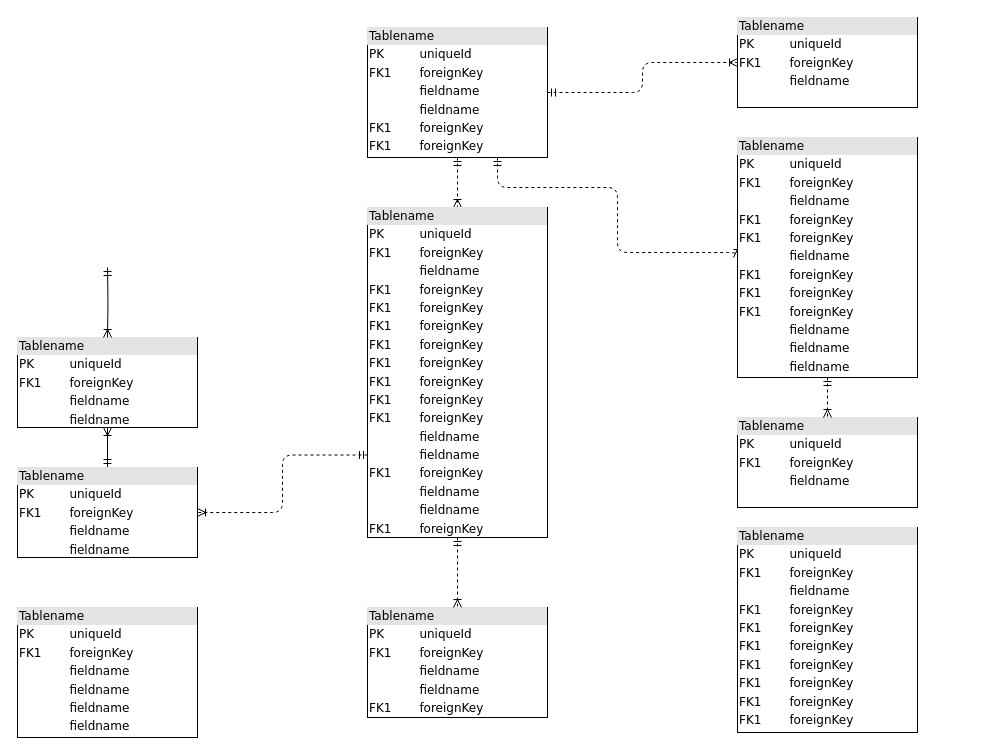
Above: DataBase-Diagram.drawio in sakuraszy/STATS-170A-Group (draw.io), before the change. Source tidied: cells renumbered, new cells numbered last; positions are measured from the earlier drawing's top-left corner, leaving out a move shared by most shapes. Both pictures are drawn from the tidied source at 100%, with x=0, y=0 at pixel (17, 17).
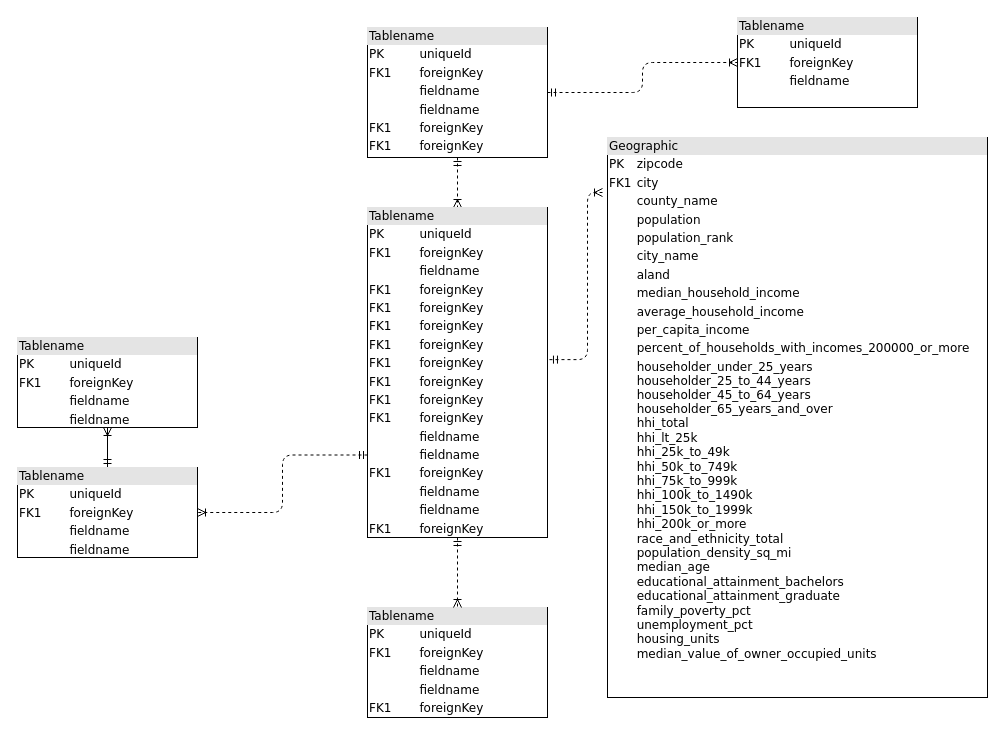
The same page after the edit.

Unchanged cells that the change refers to:
```xml
<mxCell id="5" value="&lt;div style=&quot;box-sizing: border-box ; width: 100% ; background: #e4e4e4 ; padding: 2px&quot;&gt;Tablename&lt;/div&gt;&lt;table style=&quot;width: 100% ; font-size: 1em&quot; cellpadding=&quot;2&quot; cellspacing=&quot;0&quot;&gt;&lt;tbody&gt;&lt;tr&gt;&lt;td&gt;PK&lt;/td&gt;&lt;td&gt;uniqueId&lt;/td&gt;&lt;/tr&gt;&lt;tr&gt;&lt;td&gt;FK1&lt;/td&gt;&lt;td&gt;foreignKey&lt;/td&gt;&lt;/tr&gt;&lt;tr&gt;&lt;td&gt;&lt;/td&gt;&lt;td&gt;fieldname&lt;/td&gt;&lt;/tr&gt;&lt;tr&gt;&lt;td&gt;&lt;br&gt;&lt;/td&gt;&lt;td&gt;fieldname&lt;br&gt;&lt;/td&gt;&lt;/tr&gt;&lt;tr&gt;&lt;td&gt;FK1&lt;br&gt;&lt;/td&gt;&lt;td&gt;foreignKey&lt;br&gt;&lt;/td&gt;&lt;/tr&gt;&lt;tr&gt;&lt;td&gt;FK1&lt;br&gt;&lt;/td&gt;&lt;td&gt;foreignKey&lt;br&gt;&lt;/td&gt;&lt;/tr&gt;&lt;/tbody&gt;&lt;/table&gt;" style="verticalAlign=top;align=left;overflow=fill;html=1;rounded=0;shadow=0;comic=0;labelBackgroundColor=none;strokeWidth=1;fontFamily=Verdana;fontSize=12;" parent="1" vertex="1">
  <mxGeometry x="350" y="10" width="180" height="130" as="geometry" />
</mxCell>
<mxCell id="9" value="&lt;div style=&quot;box-sizing: border-box ; width: 100% ; background: #e4e4e4 ; padding: 2px&quot;&gt;Tablename&lt;/div&gt;&lt;table style=&quot;width: 100% ; font-size: 1em&quot; cellpadding=&quot;2&quot; cellspacing=&quot;0&quot;&gt;&lt;tbody&gt;&lt;tr&gt;&lt;td&gt;PK&lt;/td&gt;&lt;td&gt;uniqueId&lt;/td&gt;&lt;/tr&gt;&lt;tr&gt;&lt;td&gt;FK1&lt;/td&gt;&lt;td&gt;foreignKey&lt;/td&gt;&lt;/tr&gt;&lt;tr&gt;&lt;td&gt;&lt;/td&gt;&lt;td&gt;fieldname&lt;/td&gt;&lt;/tr&gt;&lt;tr&gt;&lt;td&gt;&lt;br&gt;&lt;/td&gt;&lt;td&gt;fieldname&lt;br&gt;&lt;/td&gt;&lt;/tr&gt;&lt;/tbody&gt;&lt;/table&gt;" style="verticalAlign=top;align=left;overflow=fill;html=1;rounded=0;shadow=0;comic=0;labelBackgroundColor=none;strokeWidth=1;fontFamily=Verdana;fontSize=12;" parent="1" vertex="1">
  <mxGeometry y="320" width="180" height="90" as="geometry" />
</mxCell>
<mxCell id="14" value="&lt;div style=&quot;box-sizing: border-box ; width: 100% ; background: #e4e4e4 ; padding: 2px&quot;&gt;Tablename&lt;/div&gt;&lt;table style=&quot;width: 100% ; font-size: 1em&quot; cellpadding=&quot;2&quot; cellspacing=&quot;0&quot;&gt;&lt;tbody&gt;&lt;tr&gt;&lt;td&gt;PK&lt;/td&gt;&lt;td&gt;uniqueId&lt;/td&gt;&lt;/tr&gt;&lt;tr&gt;&lt;td&gt;FK1&lt;/td&gt;&lt;td&gt;foreignKey&lt;/td&gt;&lt;/tr&gt;&lt;tr&gt;&lt;td&gt;&lt;/td&gt;&lt;td&gt;fieldname&lt;/td&gt;&lt;/tr&gt;&lt;tr&gt;&lt;td&gt;FK1&lt;br&gt;&lt;/td&gt;&lt;td&gt;foreignKey&lt;br&gt;&lt;/td&gt;&lt;/tr&gt;&lt;tr&gt;&lt;td&gt;FK1&lt;br&gt;&lt;/td&gt;&lt;td&gt;foreignKey&lt;br&gt;&lt;/td&gt;&lt;/tr&gt;&lt;tr&gt;&lt;td&gt;FK1&lt;br&gt;&lt;/td&gt;&lt;td&gt;foreignKey&lt;br&gt;&lt;/td&gt;&lt;/tr&gt;&lt;tr&gt;&lt;td&gt;FK1&lt;br&gt;&lt;/td&gt;&lt;td&gt;foreignKey&lt;br&gt;&lt;/td&gt;&lt;/tr&gt;&lt;tr&gt;&lt;td&gt;FK1&lt;br&gt;&lt;/td&gt;&lt;td&gt;foreignKey&lt;br&gt;&lt;/td&gt;&lt;/tr&gt;&lt;tr&gt;&lt;td&gt;FK1&lt;br&gt;&lt;/td&gt;&lt;td&gt;foreignKey&lt;br&gt;&lt;/td&gt;&lt;/tr&gt;&lt;tr&gt;&lt;td&gt;FK1&lt;br&gt;&lt;/td&gt;&lt;td&gt;foreignKey&lt;br&gt;&lt;/td&gt;&lt;/tr&gt;&lt;tr&gt;&lt;td&gt;FK1&lt;br&gt;&lt;/td&gt;&lt;td&gt;foreignKey&lt;br&gt;&lt;/td&gt;&lt;/tr&gt;&lt;tr&gt;&lt;td&gt;&lt;br&gt;&lt;/td&gt;&lt;td&gt;fieldname&lt;br&gt;&lt;/td&gt;&lt;/tr&gt;&lt;tr&gt;&lt;td&gt;&lt;br&gt;&lt;/td&gt;&lt;td&gt;fieldname&lt;br&gt;&lt;/td&gt;&lt;/tr&gt;&lt;tr&gt;&lt;td&gt;FK1&lt;br&gt;&lt;/td&gt;&lt;td&gt;foreignKey&lt;br&gt;&lt;/td&gt;&lt;/tr&gt;&lt;tr&gt;&lt;td&gt;&lt;br&gt;&lt;/td&gt;&lt;td&gt;fieldname&lt;br&gt;&lt;/td&gt;&lt;/tr&gt;&lt;tr&gt;&lt;td&gt;&lt;br&gt;&lt;/td&gt;&lt;td&gt;fieldname&lt;br&gt;&lt;/td&gt;&lt;/tr&gt;&lt;tr&gt;&lt;td&gt;FK1&lt;br&gt;&lt;/td&gt;&lt;td&gt;foreignKey&lt;br&gt;&lt;/td&gt;&lt;/tr&gt;&lt;/tbody&gt;&lt;/table&gt;" style="verticalAlign=top;align=left;overflow=fill;html=1;rounded=0;shadow=0;comic=0;labelBackgroundColor=none;strokeWidth=1;fontFamily=Verdana;fontSize=12;" parent="1" vertex="1">
  <mxGeometry x="350" y="190" width="180" height="330" as="geometry" />
</mxCell>
```

Change to the diagram source:
```diff
@@
-    <mxCell id="3" style="edgeStyle=orthogonalEdgeStyle;html=1;dashed=1;labelBackgroundColor=none;startArrow=ERmandOne;endArrow=ERoneToMany;fontFamily=Verdana;fontSize=12;align=left;entryX=0;entryY=0.5;" parent="1" edge="1" source="5" target="17">
+    <mxCell id="3" style="edgeStyle=orthogonalEdgeStyle;html=1;dashed=1;labelBackgroundColor=none;startArrow=ERmandOne;endArrow=ERoneToMany;fontFamily=Verdana;fontSize=12;align=left;exitX=1.011;exitY=0.461;exitDx=0;exitDy=0;exitPerimeter=0;" parent="1" edge="1" source="14">
       <mxGeometry relative="1" as="geometry">
+        <mxPoint x="585" y="175" as="targetPoint" />
         <Array as="points">
-          <mxPoint x="480" y="170" />
-          <mxPoint x="600" y="170" />
-          <mxPoint x="600" y="235" />
+          <mxPoint x="570" y="342" />
+          <mxPoint x="570" y="175" />
         </Array>
       </mxGeometry>
     </mxCell>
@@
-    <mxCell id="10" style="edgeStyle=orthogonalEdgeStyle;html=1;entryX=0.5;entryY=0;labelBackgroundColor=none;startArrow=ERmandOne;endArrow=ERoneToMany;fontFamily=Verdana;fontSize=12;align=left;" parent="1" edge="1" target="9">
-      <mxGeometry relative="1" as="geometry">
-        <mxPoint x="90" y="250" as="sourcePoint" />
-      </mxGeometry>
-    </mxCell>
-    <mxCell id="11" value="&lt;div style=&quot;box-sizing: border-box ; width: 100% ; background: #e4e4e4 ; padding: 2px&quot;&gt;Tablename&lt;/div&gt;&lt;table style=&quot;width: 100% ; font-size: 1em&quot; cellpadding=&quot;2&quot; cellspacing=&quot;0&quot;&gt;&lt;tbody&gt;&lt;tr&gt;&lt;td&gt;PK&lt;/td&gt;&lt;td&gt;uniqueId&lt;/td&gt;&lt;/tr&gt;&lt;tr&gt;&lt;td&gt;FK1&lt;/td&gt;&lt;td&gt;foreignKey&lt;/td&gt;&lt;/tr&gt;&lt;tr&gt;&lt;td&gt;&lt;/td&gt;&lt;td&gt;fieldname&lt;/td&gt;&lt;/tr&gt;&lt;tr&gt;&lt;td&gt;FK1&lt;br&gt;&lt;/td&gt;&lt;td&gt;foreignKey&lt;br&gt;&lt;/td&gt;&lt;/tr&gt;&lt;tr&gt;&lt;td&gt;FK1&lt;br&gt;&lt;/td&gt;&lt;td&gt;foreignKey&lt;br&gt;&lt;/td&gt;&lt;/tr&gt;&lt;tr&gt;&lt;td&gt;FK1&lt;br&gt;&lt;/td&gt;&lt;td&gt;foreignKey&lt;br&gt;&lt;/td&gt;&lt;/tr&gt;&lt;tr&gt;&lt;td&gt;FK1&lt;br&gt;&lt;/td&gt;&lt;td&gt;foreignKey&lt;br&gt;&lt;/td&gt;&lt;/tr&gt;&lt;tr&gt;&lt;td&gt;FK1&lt;br&gt;&lt;/td&gt;&lt;td&gt;foreignKey&lt;br&gt;&lt;/td&gt;&lt;/tr&gt;&lt;tr&gt;&lt;td&gt;FK1&lt;br&gt;&lt;/td&gt;&lt;td&gt;foreignKey&lt;br&gt;&lt;/td&gt;&lt;/tr&gt;&lt;tr&gt;&lt;td&gt;FK1&lt;br&gt;&lt;/td&gt;&lt;td&gt;foreignKey&lt;br&gt;&lt;/td&gt;&lt;/tr&gt;&lt;/tbody&gt;&lt;/table&gt;" style="verticalAlign=top;align=left;overflow=fill;html=1;rounded=0;shadow=0;comic=0;labelBackgroundColor=none;strokeWidth=1;fontFamily=Verdana;fontSize=12;" parent="1" vertex="1">
-      <mxGeometry x="720" y="510" width="180" height="205" as="geometry" />
-    </mxCell>
@@
-    <mxCell id="15" value="&lt;div style=&quot;box-sizing:border-box;width:100%;background:#e4e4e4;padding:2px;&quot;&gt;Tablename&lt;/div&gt;&lt;table style=&quot;width:100%;font-size:1em;&quot; cellpadding=&quot;2&quot; cellspacing=&quot;0&quot;&gt;&lt;tr&gt;&lt;td&gt;PK&lt;/td&gt;&lt;td&gt;uniqueId&lt;/td&gt;&lt;/tr&gt;&lt;tr&gt;&lt;td&gt;FK1&lt;/td&gt;&lt;td&gt;foreignKey&lt;/td&gt;&lt;/tr&gt;&lt;tr&gt;&lt;td&gt;&lt;/td&gt;&lt;td&gt;fieldname&lt;/td&gt;&lt;/tr&gt;&lt;/table&gt;" style="verticalAlign=top;align=left;overflow=fill;html=1;rounded=0;shadow=0;comic=0;labelBackgroundColor=none;strokeWidth=1;fontFamily=Verdana;fontSize=12;" parent="1" vertex="1">
-      <mxGeometry x="720" y="400" width="180" height="90" as="geometry" />
-    </mxCell>
-    <mxCell id="16" style="edgeStyle=orthogonalEdgeStyle;html=1;entryX=0.5;entryY=0;dashed=1;labelBackgroundColor=none;startArrow=ERmandOne;endArrow=ERoneToMany;fontFamily=Verdana;fontSize=12;align=left;" parent="1" edge="1" source="17" target="15">
-      <mxGeometry relative="1" as="geometry" />
-    </mxCell>
-    <mxCell id="17" value="&lt;div style=&quot;box-sizing: border-box ; width: 100% ; background: #e4e4e4 ; padding: 2px&quot;&gt;Tablename&lt;/div&gt;&lt;table style=&quot;width: 100% ; font-size: 1em&quot; cellpadding=&quot;2&quot; cellspacing=&quot;0&quot;&gt;&lt;tbody&gt;&lt;tr&gt;&lt;td&gt;PK&lt;/td&gt;&lt;td&gt;uniqueId&lt;/td&gt;&lt;/tr&gt;&lt;tr&gt;&lt;td&gt;FK1&lt;/td&gt;&lt;td&gt;foreignKey&lt;/td&gt;&lt;/tr&gt;&lt;tr&gt;&lt;td&gt;&lt;/td&gt;&lt;td&gt;fieldname&lt;/td&gt;&lt;/tr&gt;&lt;tr&gt;&lt;td&gt;FK1&lt;br&gt;&lt;/td&gt;&lt;td&gt;foreignKey&lt;br&gt;&lt;/td&gt;&lt;/tr&gt;&lt;tr&gt;&lt;td&gt;FK1&lt;br&gt;&lt;/td&gt;&lt;td&gt;foreignKey&lt;br&gt;&lt;/td&gt;&lt;/tr&gt;&lt;tr&gt;&lt;td&gt;&lt;br&gt;&lt;/td&gt;&lt;td&gt;fieldname&lt;br&gt;&lt;/td&gt;&lt;/tr&gt;&lt;tr&gt;&lt;td&gt;FK1&lt;br&gt;&lt;/td&gt;&lt;td&gt;foreignKey&lt;br&gt;&lt;/td&gt;&lt;/tr&gt;&lt;tr&gt;&lt;td&gt;FK1&lt;br&gt;&lt;/td&gt;&lt;td&gt;foreignKey&lt;br&gt;&lt;/td&gt;&lt;/tr&gt;&lt;tr&gt;&lt;td&gt;FK1&lt;br&gt;&lt;/td&gt;&lt;td&gt;foreignKey&lt;br&gt;&lt;/td&gt;&lt;/tr&gt;&lt;tr&gt;&lt;td&gt;&lt;br&gt;&lt;/td&gt;&lt;td&gt;fieldname&lt;br&gt;&lt;/td&gt;&lt;/tr&gt;&lt;tr&gt;&lt;td&gt;&lt;br&gt;&lt;/td&gt;&lt;td&gt;fieldname&lt;br&gt;&lt;/td&gt;&lt;/tr&gt;&lt;tr&gt;&lt;td&gt;&lt;br&gt;&lt;/td&gt;&lt;td&gt;fieldname&lt;br&gt;&lt;/td&gt;&lt;/tr&gt;&lt;/tbody&gt;&lt;/table&gt;" style="verticalAlign=top;align=left;overflow=fill;html=1;rounded=0;shadow=0;comic=0;labelBackgroundColor=none;strokeWidth=1;fontFamily=Verdana;fontSize=12;" parent="1" vertex="1">
-      <mxGeometry x="720" y="120" width="180" height="240" as="geometry" />
+    <mxCell id="17" value="&lt;div style=&quot;box-sizing: border-box ; width: 100% ; background: #e4e4e4 ; padding: 2px&quot;&gt;Geographic&lt;/div&gt;&lt;table style=&quot;width: 100%&quot; cellpadding=&quot;2&quot; cellspacing=&quot;0&quot;&gt;&lt;tbody&gt;&lt;tr&gt;&lt;td&gt;PK&lt;/td&gt;&lt;td&gt;zipcode&lt;/td&gt;&lt;/tr&gt;&lt;tr&gt;&lt;td&gt;FK1&lt;/td&gt;&lt;td&gt;city&lt;/td&gt;&lt;/tr&gt;&lt;tr&gt;&lt;td&gt;&lt;/td&gt;&lt;td&gt;county_name&lt;br&gt;&lt;/td&gt;&lt;/tr&gt;&lt;tr&gt;&lt;td&gt;&lt;br&gt;&lt;/td&gt;&lt;td&gt;population&lt;/td&gt;&lt;/tr&gt;&lt;tr&gt;&lt;td&gt;&lt;br&gt;&lt;/td&gt;&lt;td&gt;population_rank&lt;br&gt;&lt;/td&gt;&lt;/tr&gt;&lt;tr&gt;&lt;td&gt;&lt;br&gt;&lt;/td&gt;&lt;td&gt;city_name&lt;/td&gt;&lt;/tr&gt;&lt;tr&gt;&lt;td&gt;&lt;br&gt;&lt;/td&gt;&lt;td&gt;aland&lt;/td&gt;&lt;/tr&gt;&lt;tr&gt;&lt;td&gt;&lt;br&gt;&lt;/td&gt;&lt;td&gt;&lt;p style=&quot;margin: 0px ; font-stretch: normal ; line-height: normal&quot;&gt;&lt;font style=&quot;font-size: 12px&quot;&gt;median_household_income&lt;/font&gt;&lt;/p&gt;&lt;/td&gt;&lt;/tr&gt;&lt;tr&gt;&lt;td&gt;&lt;br&gt;&lt;/td&gt;&lt;td&gt;&lt;p style=&quot;margin: 0px ; font-stretch: normal ; line-height: normal&quot;&gt;&lt;font style=&quot;font-size: 12px&quot;&gt;average_household_income&lt;/font&gt;&lt;/p&gt;&lt;/td&gt;&lt;/tr&gt;&lt;tr&gt;&lt;td&gt;&lt;br&gt;&lt;/td&gt;&lt;td&gt;&lt;p style=&quot;margin: 0px&quot;&gt;&lt;font color=&quot;#000000&quot; style=&quot;font-stretch: normal ; line-height: normal ; font-size: 12px&quot;&gt;per_capita_income&lt;/font&gt;&lt;/p&gt;&lt;/td&gt;&lt;/tr&gt;&lt;tr&gt;&lt;td&gt;&lt;font style=&quot;font-size: 12px&quot;&gt;&lt;br&gt;&lt;/font&gt;&lt;/td&gt;&lt;td&gt;&lt;p style=&quot;margin: 0px&quot;&gt;&lt;font color=&quot;#000000&quot; style=&quot;font-stretch: normal ; line-height: normal ; font-size: 12px&quot;&gt;percent_of_households_with_incomes_200000_or_more&lt;/font&gt;&lt;/p&gt;&lt;/td&gt;&lt;/tr&gt;&lt;tr&gt;&lt;td&gt;&lt;font style=&quot;font-size: 12px&quot;&gt;&lt;br&gt;&lt;/font&gt;&lt;/td&gt;&lt;td&gt;&lt;p style=&quot;margin: 0px ; font-stretch: normal ; line-height: normal&quot;&gt;&lt;font style=&quot;font-size: 12px&quot;&gt;householder_under_25_years&lt;/font&gt;&lt;/p&gt;&lt;p style=&quot;margin: 0px ; font-stretch: normal ; line-height: normal&quot;&gt;&lt;font style=&quot;font-size: 12px&quot;&gt;householder_25_to_44_years&lt;/font&gt;&lt;/p&gt;&lt;p style=&quot;margin: 0px&quot;&gt;&lt;font color=&quot;#000000&quot; style=&quot;font-stretch: normal ; line-height: normal ; font-size: 12px&quot;&gt;householder_45_to_64_years&lt;/font&gt;&lt;/p&gt;&lt;p style=&quot;margin: 0px&quot;&gt;&lt;font color=&quot;#000000&quot; style=&quot;font-stretch: normal ; line-height: normal ; font-size: 12px&quot;&gt;&lt;/font&gt;&lt;/p&gt;&lt;p style=&quot;margin: 0px&quot;&gt;&lt;font color=&quot;#000000&quot; style=&quot;font-stretch: normal ; line-height: normal ; font-size: 12px&quot;&gt;householder_65_years_and_over&lt;/font&gt;&lt;/p&gt;&lt;p style=&quot;margin: 0px&quot;&gt;&lt;font color=&quot;#000000&quot; style=&quot;font-stretch: normal ; line-height: normal ; font-size: 12px&quot;&gt;&lt;/font&gt;&lt;/p&gt;&lt;p style=&quot;margin: 0px&quot;&gt;&lt;font color=&quot;#000000&quot; style=&quot;font-stretch: normal ; line-height: normal ; font-size: 12px&quot;&gt;hhi_total&lt;/font&gt;&lt;/p&gt;&lt;p style=&quot;margin: 0px&quot;&gt;&lt;font color=&quot;#000000&quot; style=&quot;font-stretch: normal ; line-height: normal ; font-size: 12px&quot;&gt;&lt;/font&gt;&lt;/p&gt;&lt;p style=&quot;margin: 0px&quot;&gt;&lt;font color=&quot;#000000&quot; style=&quot;font-stretch: normal ; line-height: normal ; font-size: 12px&quot;&gt;hhi_lt_25k&lt;/font&gt;&lt;/p&gt;&lt;p style=&quot;margin: 0px&quot;&gt;&lt;font color=&quot;#000000&quot; style=&quot;font-stretch: normal ; line-height: normal ; font-size: 12px&quot;&gt;&lt;/font&gt;&lt;/p&gt;&lt;p style=&quot;margin: 0px&quot;&gt;&lt;font color=&quot;#000000&quot; style=&quot;font-stretch: normal ; line-height: normal ; font-size: 12px&quot;&gt;hhi_25k_to_49k&lt;/font&gt;&lt;/p&gt;&lt;p style=&quot;margin: 0px&quot;&gt;&lt;font color=&quot;#000000&quot; style=&quot;font-stretch: normal ; line-height: normal ; font-size: 12px&quot;&gt;&lt;/font&gt;&lt;/p&gt;&lt;p style=&quot;margin: 0px&quot;&gt;&lt;font color=&quot;#000000&quot; style=&quot;font-stretch: normal ; line-height: normal ; font-size: 12px&quot;&gt;hhi_50k_to_749k&lt;/font&gt;&lt;/p&gt;&lt;p style=&quot;margin: 0px&quot;&gt;&lt;font color=&quot;#000000&quot; style=&quot;font-stretch: normal ; line-height: normal ; font-size: 12px&quot;&gt;&lt;/font&gt;&lt;/p&gt;&lt;p style=&quot;margin: 0px&quot;&gt;&lt;font color=&quot;#000000&quot; style=&quot;font-stretch: normal ; line-height: normal ; font-size: 12px&quot;&gt;hhi_75k_to_999k&lt;/font&gt;&lt;/p&gt;&lt;p style=&quot;margin: 0px&quot;&gt;&lt;font color=&quot;#000000&quot; style=&quot;font-stretch: normal ; line-height: normal ; font-size: 12px&quot;&gt;&lt;/font&gt;&lt;/p&gt;&lt;p style=&quot;margin: 0px&quot;&gt;&lt;font color=&quot;#000000&quot; style=&quot;font-stretch: normal ; line-height: normal ; font-size: 12px&quot;&gt;hhi_100k_to_1490k&lt;/font&gt;&lt;/p&gt;&lt;p style=&quot;margin: 0px&quot;&gt;&lt;font color=&quot;#000000&quot; style=&quot;font-stretch: normal ; line-height: normal ; font-size: 12px&quot;&gt;&lt;/font&gt;&lt;/p&gt;&lt;p style=&quot;margin: 0px&quot;&gt;&lt;font color=&quot;#000000&quot; style=&quot;font-stretch: normal ; line-height: normal ; font-size: 12px&quot;&gt;hhi_150k_to_1999k&lt;/font&gt;&lt;/p&gt;&lt;p style=&quot;margin: 0px&quot;&gt;&lt;font color=&quot;#000000&quot; style=&quot;font-stretch: normal ; line-height: normal ; font-size: 12px&quot;&gt;&lt;/font&gt;&lt;/p&gt;&lt;p style=&quot;margin: 0px&quot;&gt;&lt;font color=&quot;#000000&quot; style=&quot;font-stretch: normal ; line-height: normal ; font-size: 12px&quot;&gt;hhi_200k_or_more&lt;/font&gt;&lt;/p&gt;&lt;p style=&quot;margin: 0px&quot;&gt;&lt;font color=&quot;#000000&quot; style=&quot;font-stretch: normal ; line-height: normal ; font-size: 12px&quot;&gt;&lt;/font&gt;&lt;/p&gt;&lt;p style=&quot;margin: 0px&quot;&gt;&lt;font color=&quot;#000000&quot; style=&quot;font-stretch: normal ; line-height: normal ; font-size: 12px&quot;&gt;race_and_ethnicity_total&lt;/font&gt;&lt;/p&gt;&lt;p style=&quot;margin: 0px&quot;&gt;&lt;font color=&quot;#000000&quot; style=&quot;font-stretch: normal ; line-height: normal ; font-size: 12px&quot;&gt;&lt;/font&gt;&lt;/p&gt;&lt;p style=&quot;margin: 0px&quot;&gt;&lt;font color=&quot;#000000&quot; style=&quot;font-stretch: normal ; line-height: normal ; font-size: 12px&quot;&gt;population_density_sq_mi&lt;/font&gt;&lt;/p&gt;&lt;p style=&quot;margin: 0px&quot;&gt;&lt;font color=&quot;#000000&quot; style=&quot;font-stretch: normal ; line-height: normal ; font-size: 12px&quot;&gt;&lt;/font&gt;&lt;/p&gt;&lt;p style=&quot;margin: 0px&quot;&gt;&lt;font color=&quot;#000000&quot; style=&quot;font-stretch: normal ; line-height: normal ; font-size: 12px&quot;&gt;median_age&lt;/font&gt;&lt;/p&gt;&lt;p style=&quot;margin: 0px&quot;&gt;&lt;font color=&quot;#000000&quot; style=&quot;font-stretch: normal ; line-height: normal ; font-size: 12px&quot;&gt;&lt;/font&gt;&lt;/p&gt;&lt;p style=&quot;margin: 0px&quot;&gt;&lt;font color=&quot;#000000&quot; style=&quot;font-stretch: normal ; line-height: normal ; font-size: 12px&quot;&gt;educational_attainment_bachelors&lt;/font&gt;&lt;/p&gt;&lt;p style=&quot;margin: 0px&quot;&gt;&lt;font color=&quot;#000000&quot; style=&quot;font-stretch: normal ; line-height: normal ; font-size: 12px&quot;&gt;&lt;/font&gt;&lt;/p&gt;&lt;p style=&quot;margin: 0px&quot;&gt;&lt;font color=&quot;#000000&quot; style=&quot;font-stretch: normal ; line-height: normal ; font-size: 12px&quot;&gt;educational_attainment_graduate&lt;/font&gt;&lt;/p&gt;&lt;p style=&quot;margin: 0px&quot;&gt;&lt;font color=&quot;#000000&quot; style=&quot;font-stretch: normal ; line-height: normal ; font-size: 12px&quot;&gt;&lt;/font&gt;&lt;/p&gt;&lt;p style=&quot;margin: 0px&quot;&gt;&lt;font color=&quot;#000000&quot; style=&quot;font-stretch: normal ; line-height: normal ; font-size: 12px&quot;&gt;family_poverty_pct&lt;/font&gt;&lt;/p&gt;&lt;p style=&quot;margin: 0px&quot;&gt;&lt;font color=&quot;#000000&quot; style=&quot;font-stretch: normal ; line-height: normal ; font-size: 12px&quot;&gt;&lt;/font&gt;&lt;/p&gt;&lt;p style=&quot;margin: 0px&quot;&gt;&lt;font color=&quot;#000000&quot; style=&quot;font-stretch: normal ; line-height: normal ; font-size: 12px&quot;&gt;unemployment_pct&lt;/font&gt;&lt;/p&gt;&lt;p style=&quot;margin: 0px&quot;&gt;&lt;font color=&quot;#000000&quot; style=&quot;font-stretch: normal ; line-height: normal ; font-size: 12px&quot;&gt;&lt;/font&gt;&lt;/p&gt;&lt;p style=&quot;margin: 0px&quot;&gt;&lt;font color=&quot;#000000&quot; style=&quot;font-stretch: normal ; line-height: normal ; font-size: 12px&quot;&gt;housing_units&lt;/font&gt;&lt;/p&gt;&lt;p style=&quot;margin: 0px&quot;&gt;&lt;font color=&quot;#000000&quot; style=&quot;font-stretch: normal ; line-height: normal ; font-size: 12px&quot;&gt;&lt;/font&gt;&lt;/p&gt;&lt;p style=&quot;margin: 0px&quot;&gt;&lt;font color=&quot;#000000&quot; style=&quot;font-stretch: normal ; line-height: normal ; font-size: 12px&quot;&gt;median_value_of_owner_occupied_units&lt;/font&gt;&lt;/p&gt;&lt;/td&gt;&lt;/tr&gt;&lt;/tbody&gt;&lt;/table&gt;" style="verticalAlign=top;align=left;overflow=fill;html=1;rounded=0;shadow=0;comic=0;labelBackgroundColor=none;strokeWidth=1;fontFamily=Verdana;fontSize=12;" parent="1" vertex="1">
+      <mxGeometry x="590" y="120" width="380" height="560" as="geometry" />
     </mxCell>
@@
-    <mxCell id="19" value="&lt;div style=&quot;box-sizing: border-box ; width: 100% ; background: #e4e4e4 ; padding: 2px&quot;&gt;Tablename&lt;/div&gt;&lt;table style=&quot;width: 100% ; font-size: 1em&quot; cellpadding=&quot;2&quot; cellspacing=&quot;0&quot;&gt;&lt;tbody&gt;&lt;tr&gt;&lt;td&gt;PK&lt;/td&gt;&lt;td&gt;uniqueId&lt;/td&gt;&lt;/tr&gt;&lt;tr&gt;&lt;td&gt;FK1&lt;/td&gt;&lt;td&gt;foreignKey&lt;/td&gt;&lt;/tr&gt;&lt;tr&gt;&lt;td&gt;&lt;/td&gt;&lt;td&gt;fieldname&lt;/td&gt;&lt;/tr&gt;&lt;tr&gt;&lt;td&gt;&lt;br&gt;&lt;/td&gt;&lt;td&gt;fieldname&lt;br&gt;&lt;/td&gt;&lt;/tr&gt;&lt;tr&gt;&lt;td&gt;&lt;br&gt;&lt;/td&gt;&lt;td&gt;fieldname&lt;br&gt;&lt;/td&gt;&lt;/tr&gt;&lt;tr&gt;&lt;td&gt;&lt;br&gt;&lt;/td&gt;&lt;td&gt;fieldname&lt;br&gt;&lt;/td&gt;&lt;/tr&gt;&lt;/tbody&gt;&lt;/table&gt;" style="verticalAlign=top;align=left;overflow=fill;html=1;rounded=0;shadow=0;comic=0;labelBackgroundColor=none;strokeWidth=1;fontFamily=Verdana;fontSize=12;" parent="1" vertex="1">
-      <mxGeometry y="590" width="180" height="130" as="geometry" />
-    </mxCell>
```
